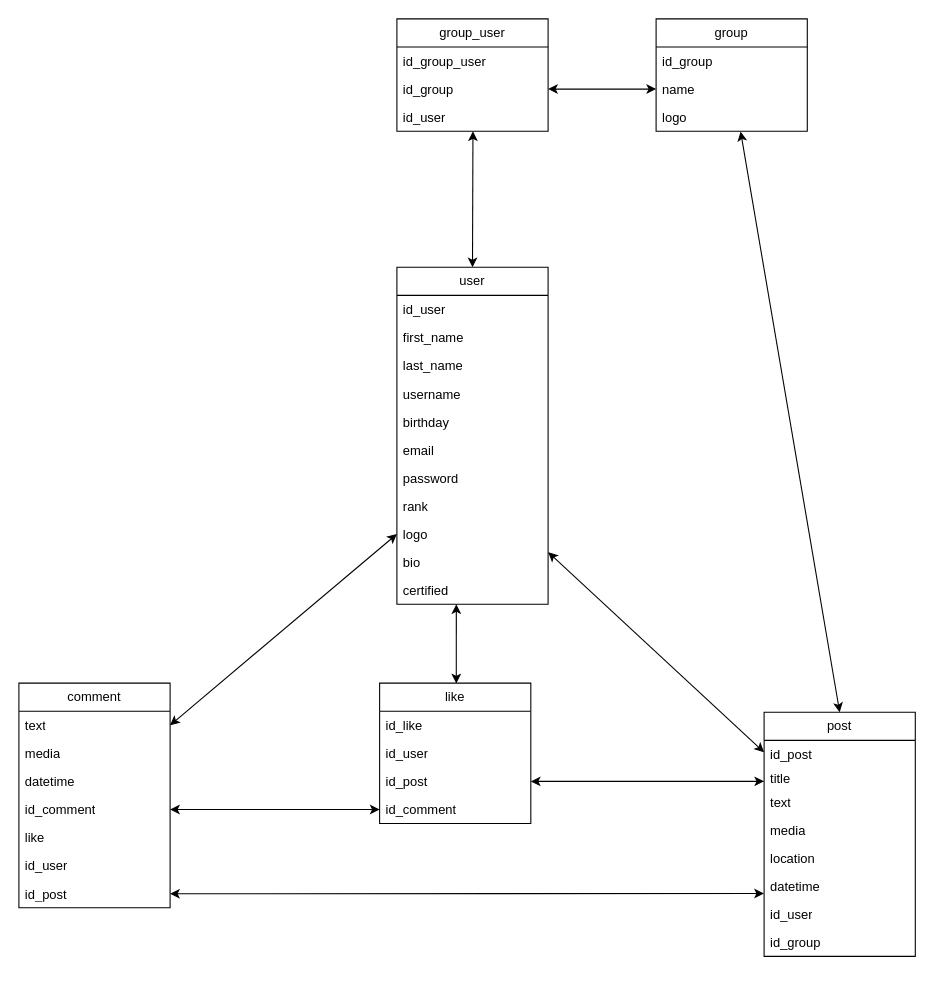
Earlier version of the draw.io diagram MCD_No_Comment.drawio (Evan-Duval/NoComment). Source tidied: cells renumbered, new cells numbered last; positions are measured from the earlier drawing's top-left corner, leaving out a move shared by most shapes. Both pictures are drawn from the tidied source at 108%, with x=0, y=0 at pixel (18, 18).
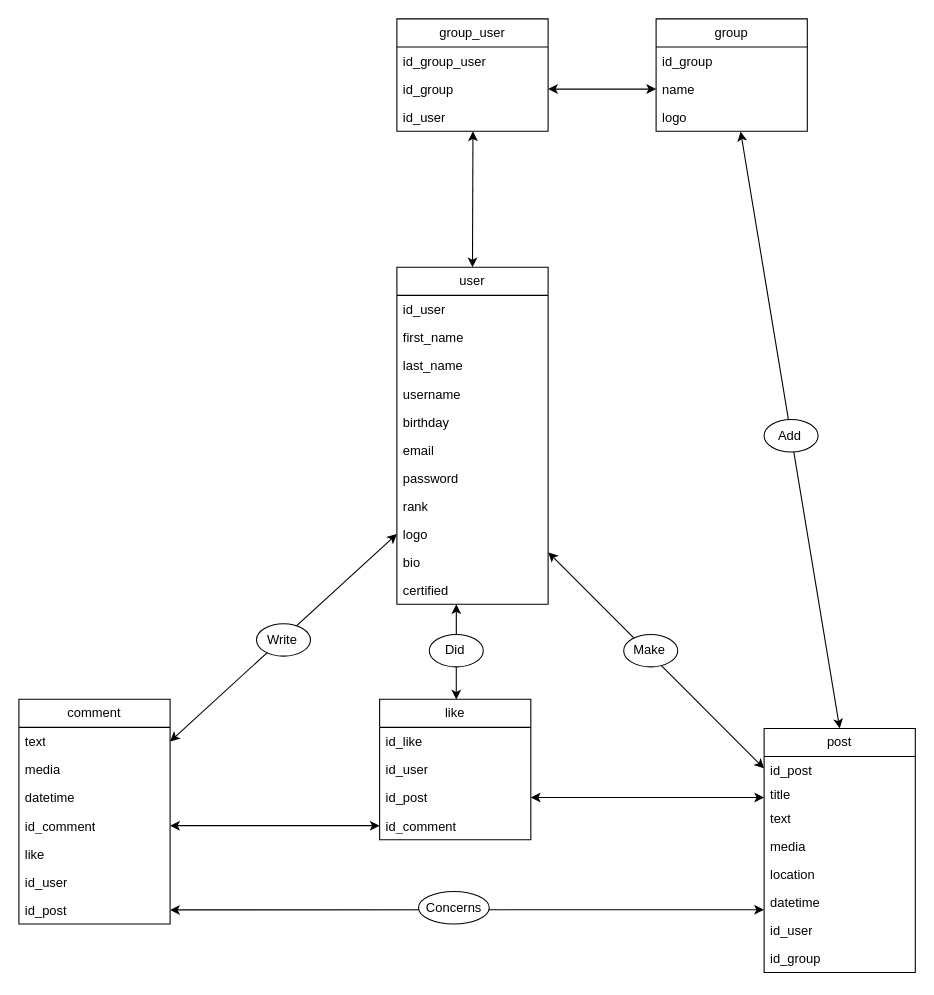
The same page after the edit.

Commit message (it also covers changes not shown here):
Mettre à jour MCD_No_Comment.drawio

Diff of the diagram source:
```diff
@@
     <mxCell id="14" value="post" style="swimlane;fontStyle=0;horizontal=1;startSize=26;fillColor=none;whiteSpace=wrap;html=1;" parent="1" vertex="1">
-      <mxGeometry x="690" y="642" width="140" height="226" as="geometry" />
+      <mxGeometry x="690" y="657" width="140" height="226" as="geometry" />
     </mxCell>
@@
     <mxCell id="31" value="comment" style="swimlane;fontStyle=0;horizontal=1;startSize=26;fillColor=none;whiteSpace=wrap;html=1;" parent="1" vertex="1">
-      <mxGeometry y="615" width="140" height="208" as="geometry" />
+      <mxGeometry y="630" width="140" height="208" as="geometry" />
     </mxCell>
@@
     <mxCell id="39" value="like" style="swimlane;fontStyle=0;horizontal=1;startSize=26;fillColor=none;whiteSpace=wrap;html=1;" parent="1" vertex="1">
-      <mxGeometry x="334" y="615" width="140" height="130" as="geometry" />
+      <mxGeometry x="334" y="630" width="140" height="130" as="geometry" />
     </mxCell>
@@
+    <mxCell id="53" style="ellipse;whiteSpace=wrap;html=1;" parent="1" vertex="1">
+      <mxGeometry x="380" y="570" width="50" height="30" as="geometry" />
+    </mxCell>
+    <mxCell id="54" value="Did" style="text;html=1;align=center;verticalAlign=middle;whiteSpace=wrap;rounded=0;" parent="1" vertex="1">
+      <mxGeometry x="384" y="577.5" width="40" height="15" as="geometry" />
+    </mxCell>
+    <mxCell id="55" style="ellipse;whiteSpace=wrap;html=1;" parent="1" vertex="1">
+      <mxGeometry x="560" y="570" width="50" height="30" as="geometry" />
+    </mxCell>
+    <mxCell id="56" value="Make" style="text;html=1;align=center;verticalAlign=middle;whiteSpace=wrap;rounded=0;" parent="1" vertex="1">
+      <mxGeometry x="564" y="577.5" width="40" height="15" as="geometry" />
+    </mxCell>
+    <mxCell id="57" style="ellipse;whiteSpace=wrap;html=1;" parent="1" vertex="1">
+      <mxGeometry x="690" y="371" width="50" height="30" as="geometry" />
+    </mxCell>
+    <mxCell id="58" value="Add" style="text;html=1;align=center;verticalAlign=middle;whiteSpace=wrap;rounded=0;" parent="1" vertex="1">
+      <mxGeometry x="694" y="378.5" width="40" height="15" as="geometry" />
+    </mxCell>
+    <mxCell id="59" style="ellipse;whiteSpace=wrap;html=1;" parent="1" vertex="1">
+      <mxGeometry x="220" y="560" width="50" height="30" as="geometry" />
+    </mxCell>
+    <mxCell id="60" value="Write" style="text;html=1;align=center;verticalAlign=middle;whiteSpace=wrap;rounded=0;" parent="1" vertex="1">
+      <mxGeometry x="224" y="567.5" width="40" height="15" as="geometry" />
+    </mxCell>
+    <mxCell id="61" style="ellipse;whiteSpace=wrap;html=1;" parent="1" vertex="1">
+      <mxGeometry x="370" y="808" width="65.5" height="30" as="geometry" />
+    </mxCell>
+    <mxCell id="62" value="Concerns" style="text;html=1;align=center;verticalAlign=middle;whiteSpace=wrap;rounded=0;" parent="1" vertex="1">
+      <mxGeometry x="383" y="815.5" width="40" height="15" as="geometry" />
+    </mxCell>
```
